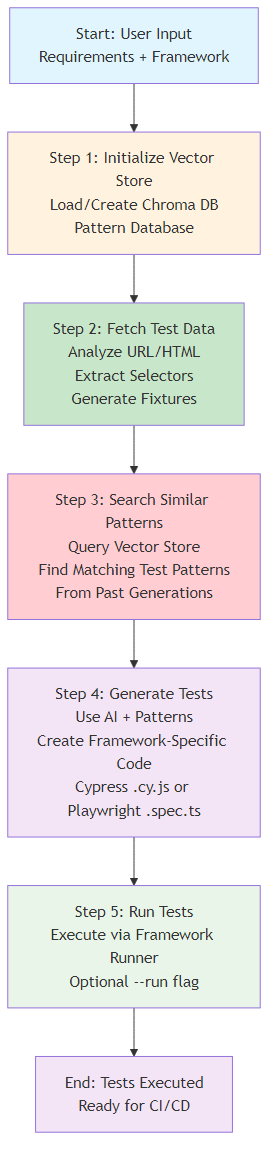
Before: .github/images/langgraph-workflow.png, a diagram exported from Mermaid (aiqualitylab/ai-natural-language-tests). Its source is kept beside it as .github/images/langgraph-workflow.mmd.
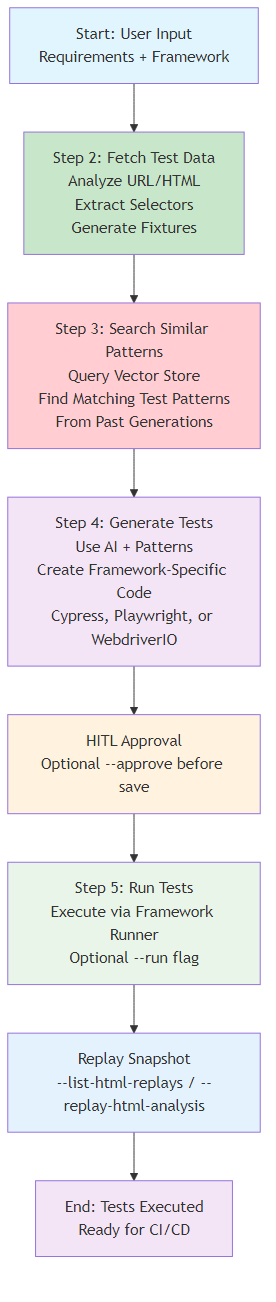
Above is the later version.

Change to the diagram source:
```diff
@@ -1,15 +1,17 @@
 flowchart TD
-    A[Start: User Input<br/>Requirements + Framework] --> B[Step 1: Initialize Vector Store<br/>Load/Create FAISS + SQLite<br/>Pattern Database]
-    B --> C[Step 2: Fetch Test Data<br/>Analyze URL/HTML<br/>Extract Selectors<br/>Generate Fixtures]
+    A[Start: User Input<br/>Requirements + Framework] --> C[Step 2: Fetch Test Data<br/>Analyze URL/HTML<br/>Extract Selectors<br/>Generate Fixtures]
     C --> D[Step 3: Search Similar Patterns<br/>Query Vector Store<br/>Find Matching Test Patterns<br/>From Past Generations]
-    D --> E[Step 4: Generate Tests<br/>Use AI + Patterns<br/>Create Framework-Specific Code<br/>Cypress .cy.js or Playwright .spec.ts]
-    E --> F[Step 5: Run Tests<br/>Execute via Framework Runner<br/>Optional --run flag]
-    F --> G[End: Tests Executed<br/>Ready for CI/CD]
+    D --> E[Step 4: Generate Tests<br/>Use AI + Patterns<br/>Create Framework-Specific Code<br/>Cypress, Playwright, or WebdriverIO]
+    E --> H[HITL Approval<br/>Optional --approve before save]
+    H --> F[Step 5: Run Tests<br/>Execute via Framework Runner<br/>Optional --run flag]
+    F --> R[Replay Snapshot<br/>--list-html-replays / --replay-html-analysis]
+    R --> G[End: Tests Executed<br/>Ready for CI/CD]
 
     style A fill:#e1f5fe
-    style B fill:#fff3e0
     style C fill:#c8e6c9
     style D fill:#ffcdd2
     style E fill:#f3e5f5
     style F fill:#e8f5e8
+    style H fill:#fff3e0
+    style R fill:#e3f2fd
     style G fill:#f3e5f5
```
